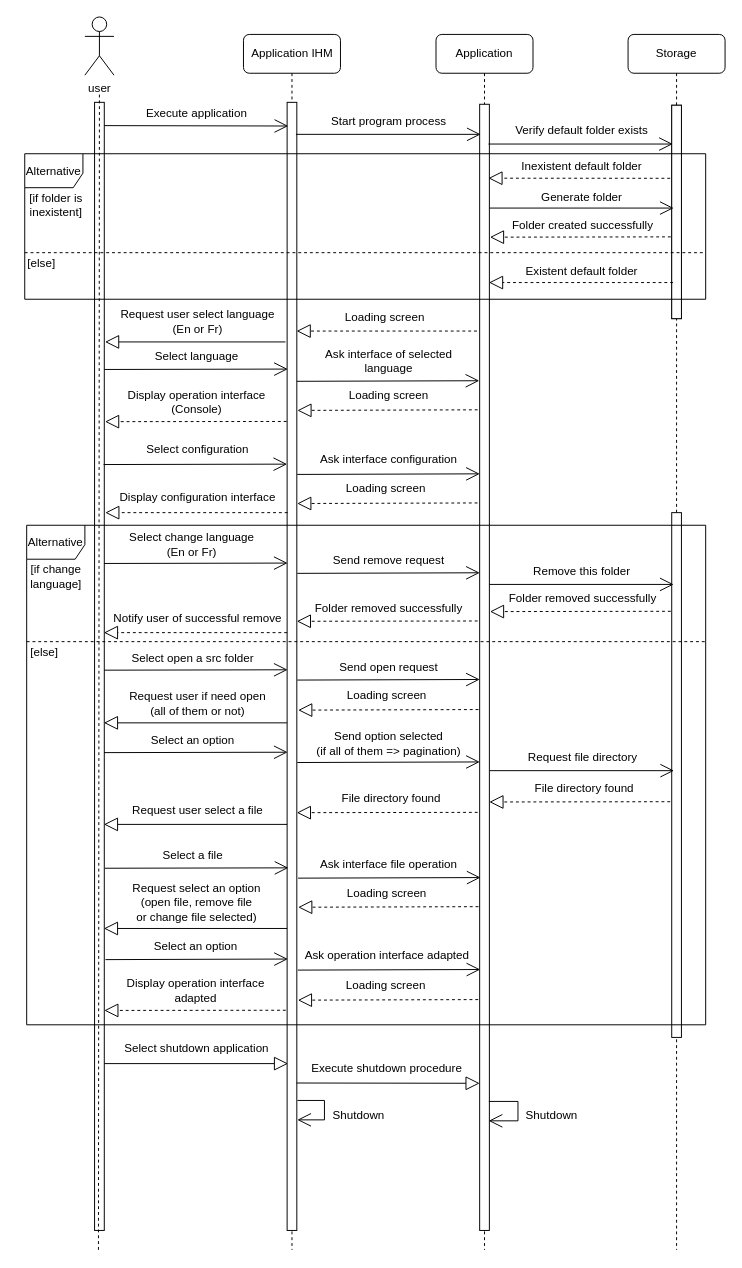
Before: configuration diagram.drawio in Weicheng178/UML, a draw.io diagram. Source tidied: cells renumbered, new cells numbered last; positions are measured from the earlier drawing's top-left corner, leaving out a move shared by most shapes. Both pictures are drawn from the tidied source at 97%, with x=0, y=0 at pixel (16, 16).
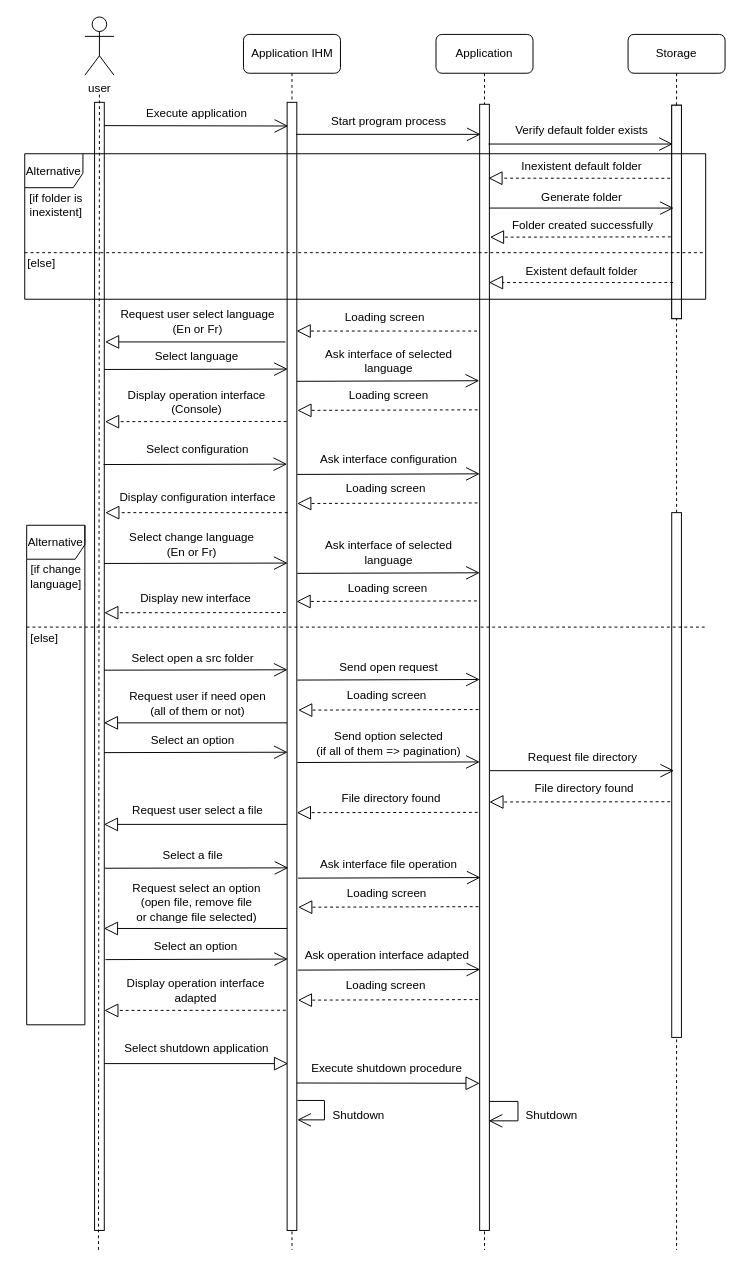
After the change.

Diff of the diagram source:
```diff
@@
-    <mxCell id="59" style="endArrow=open;endFill=1;endSize=12;html=1;rounded=1;targetPerimeterSpacing=-4;sourcePerimeterSpacing=3;" parent="1" edge="1">
-      <mxGeometry relative="1" as="geometry">
-        <mxPoint x="487" y="585" as="sourcePoint" />
-        <mxPoint x="677" y="585" as="targetPoint" />
-      </mxGeometry>
-    </mxCell>
     <mxCell id="60" value="Alternative" style="shape=umlFrame;whiteSpace=wrap;html=1;width=60;height=35;" parent="1" vertex="1">
-      <mxGeometry x="10" y="524" width="700" height="515" as="geometry" />
+      <mxGeometry x="10" y="524" width="60" height="515" as="geometry" />
     </mxCell>
     <mxCell id="61" style="line;strokeWidth=1;fillColor=none;align=left;verticalAlign=middle;spacingTop=-1;spacingLeft=3;spacingRight=3;labelPosition=right;dashed=1;" parent="1" vertex="1">
-      <mxGeometry x="10" y="640" width="700" height="8" as="geometry" />
+      <mxGeometry x="10" y="625" width="700" height="8" as="geometry" />
     </mxCell>
-    <mxCell id="62" value="Remove this folder" style="text;html=1;align=center;verticalAlign=middle;strokeColor=none;fillColor=none;rounded=1;" parent="1" vertex="1">
-      <mxGeometry x="522.4" y="557" width="120" height="30" as="geometry" />
-    </mxCell>
-    <mxCell id="63" style="endArrow=block;dashed=1;endFill=0;endSize=12;html=1;rounded=1;targetPerimeterSpacing=-4;sourcePerimeterSpacing=3;exitX=-0.099;exitY=0.603;exitDx=0;exitDy=0;exitPerimeter=0;" parent="1" edge="1">
-      <mxGeometry relative="1" as="geometry">
-        <mxPoint x="674" y="612.7" as="sourcePoint" />
-        <mxPoint x="487.6" y="613" as="targetPoint" />
-      </mxGeometry>
-    </mxCell>
-    <mxCell id="64" value="Folder removed successfully" style="text;html=1;align=center;verticalAlign=middle;strokeColor=none;fillColor=none;rounded=1;" parent="1" vertex="1">
-      <mxGeometry x="492.5" y="585" width="180" height="30" as="geometry" />
-    </mxCell>
@@
-    <mxCell id="67" value="Notify user of successful remove" style="text;html=1;align=center;verticalAlign=middle;strokeColor=none;fillColor=none;rounded=1;" parent="1" vertex="1">
-      <mxGeometry x="86.1" y="605" width="200" height="30" as="geometry" />
-    </mxCell>
-    <mxCell id="68" style="endArrow=block;dashed=1;endFill=0;endSize=12;html=1;rounded=1;" parent="1" edge="1">
-      <mxGeometry relative="1" as="geometry">
-        <mxPoint x="278.5" y="634.7" as="sourcePoint" />
-        <mxPoint x="89.6" y="634.7" as="targetPoint" />
-      </mxGeometry>
-    </mxCell>
@@
-    <mxCell id="70" value="Send remove request" style="text;html=1;align=center;verticalAlign=middle;strokeColor=none;fillColor=none;rounded=1;" parent="1" vertex="1">
-      <mxGeometry x="313.3" y="544.5" width="140" height="30" as="geometry" />
-    </mxCell>
-    <mxCell id="71" style="endArrow=block;dashed=1;endFill=0;endSize=12;html=1;rounded=1;targetPerimeterSpacing=-4;sourcePerimeterSpacing=3;exitX=-0.099;exitY=0.603;exitDx=0;exitDy=0;exitPerimeter=0;" parent="1" edge="1">
-      <mxGeometry relative="1" as="geometry">
-        <mxPoint x="474.9" y="622.7" as="sourcePoint" />
-        <mxPoint x="288.5" y="623" as="targetPoint" />
-      </mxGeometry>
-    </mxCell>
-    <mxCell id="72" value="Folder removed successfully" style="text;html=1;align=center;verticalAlign=middle;strokeColor=none;fillColor=none;rounded=1;" parent="1" vertex="1">
-      <mxGeometry x="293.4" y="595" width="180" height="30" as="geometry" />
-    </mxCell>
@@
     <mxCell id="110" value="[else]" style="text;html=1;align=center;verticalAlign=middle;strokeColor=none;fillColor=none;" parent="1" vertex="1">
-      <mxGeometry x="3" y="640" width="50" height="30" as="geometry" />
+      <mxGeometry x="3" y="625.5" width="50" height="30" as="geometry" />
     </mxCell>
+    <mxCell id="111" value="Ask interface of selected &lt;br&gt;language" style="text;html=1;align=center;verticalAlign=middle;strokeColor=none;fillColor=none;rounded=1;" parent="1" vertex="1">
+      <mxGeometry x="307.8" y="532" width="150" height="40" as="geometry" />
+    </mxCell>
+    <mxCell id="112" style="endArrow=block;dashed=1;endFill=0;endSize=12;html=1;rounded=1;exitX=-0.125;exitY=0.144;exitDx=0;exitDy=0;exitPerimeter=0;" parent="1" edge="1">
+      <mxGeometry relative="1" as="geometry">
+        <mxPoint x="277.1" y="614" as="sourcePoint" />
+        <mxPoint x="90" y="614.2" as="targetPoint" />
+      </mxGeometry>
+    </mxCell>
+    <mxCell id="113" value="Display new interface" style="text;html=1;align=center;verticalAlign=middle;strokeColor=none;fillColor=none;rounded=1;" parent="1" vertex="1">
+      <mxGeometry x="114.2" y="585" width="140" height="30" as="geometry" />
+    </mxCell>
+    <mxCell id="114" value="Loading screen" style="text;html=1;align=center;verticalAlign=middle;strokeColor=none;fillColor=none;rounded=1;" parent="1" vertex="1">
+      <mxGeometry x="327" y="574" width="110" height="30" as="geometry" />
+    </mxCell>
+    <mxCell id="115" style="endArrow=block;dashed=1;endFill=0;endSize=12;html=1;rounded=1;exitX=-0.211;exitY=0.186;exitDx=0;exitDy=0;exitPerimeter=0;" parent="1" edge="1">
+      <mxGeometry relative="1" as="geometry">
+        <mxPoint x="474.1" y="602" as="sourcePoint" />
+        <mxPoint x="288.2" y="602.6" as="targetPoint" />
+      </mxGeometry>
+    </mxCell>
```
